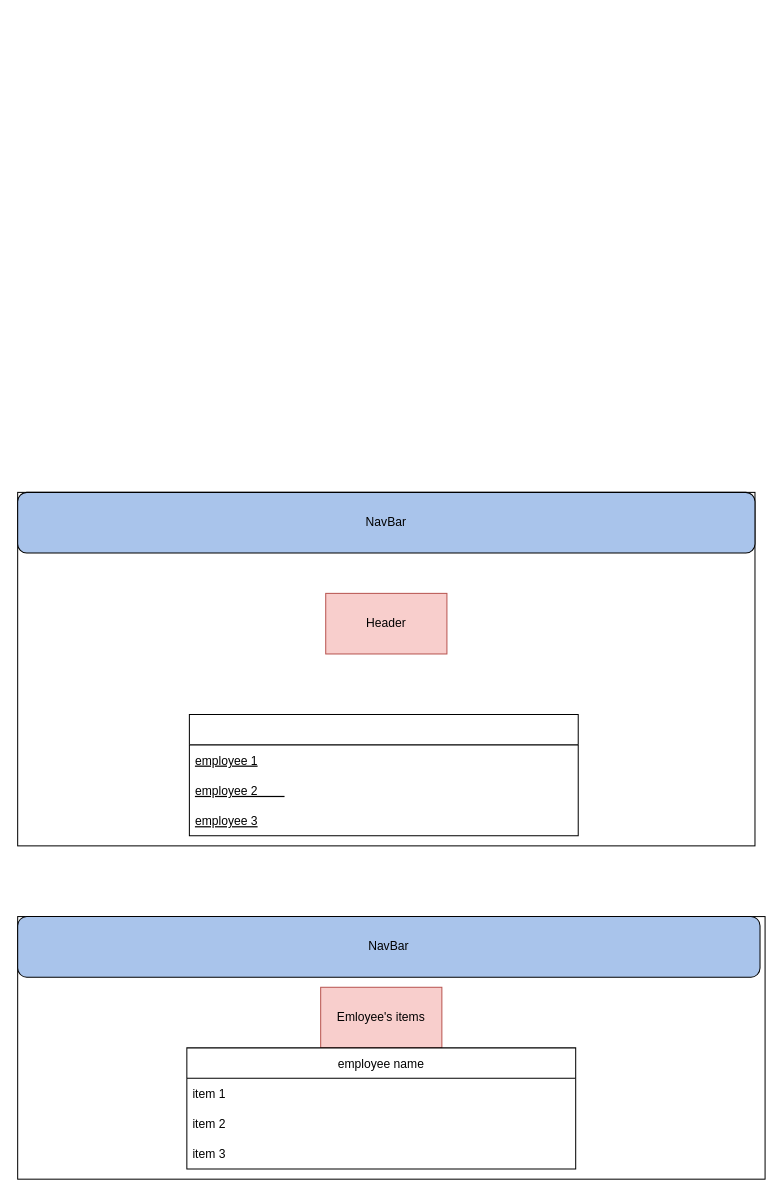
Earlier version of the draw.io diagram Untitled Diagram.drawio (maor-ovadia-swi/Office-App). Source tidied: cells renumbered, new cells numbered last; positions are measured from the earlier drawing's top-left corner, leaving out a move shared by most shapes. Both pictures are drawn from the tidied source at 101%, with x=0, y=0 at pixel (17, 492).
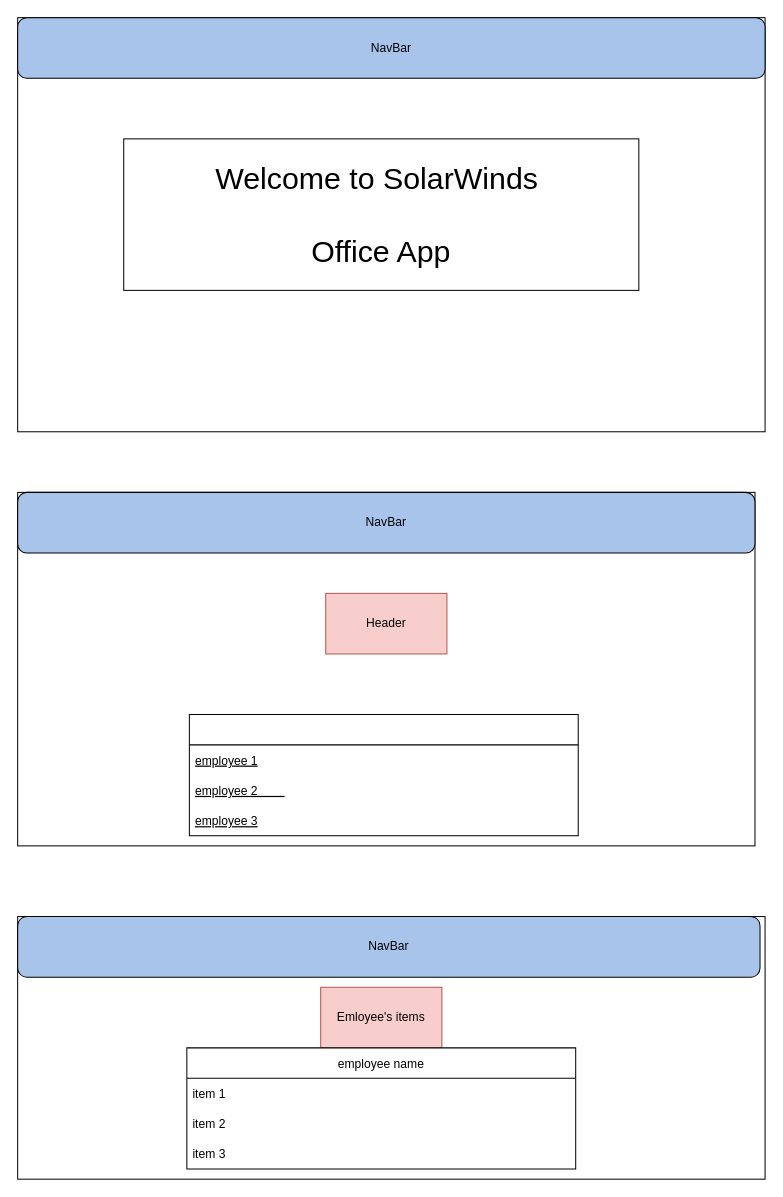
The same diagram, later.

The edit, as a diff of the source:
```diff
@@
 <mxGraphModel>
   <root>
     <mxCell id="0" />
     <mxCell id="1" parent="0" />
     <mxCell id="2" style="rounded=0;whiteSpace=wrap;html=1;" parent="1" vertex="1">
       <mxGeometry width="730" height="350" as="geometry" />
     </mxCell>
     <mxCell id="3" value="NavBar" style="rounded=1;whiteSpace=wrap;html=1;fillColor=#A9C4EB;" parent="1" vertex="1">
       <mxGeometry width="730" height="60" as="geometry" />
     </mxCell>
     <mxCell id="4" value="Header" style="rounded=0;whiteSpace=wrap;html=1;fillColor=#f8cecc;strokeColor=#b85450;" parent="1" vertex="1">
       <mxGeometry x="305" y="100" width="120" height="60" as="geometry" />
     </mxCell>
     <mxCell id="5" style="swimlane;fontStyle=0;horizontal=1;startSize=30;" parent="1" vertex="1">
       <mxGeometry x="170" y="220" width="385" height="120" as="geometry" />
     </mxCell>
     <mxCell id="6" value="employee 1" style="text;strokeColor=none;fillColor=none;align=left;verticalAlign=middle;spacingLeft=4;spacingRight=4;overflow=hidden;fontStyle=4;" parent="5" vertex="1">
       <mxGeometry y="30" width="385" height="30" as="geometry" />
     </mxCell>
     <mxCell id="7" value="employee 2        " style="text;strokeColor=none;fillColor=none;align=left;verticalAlign=middle;spacingLeft=4;spacingRight=4;overflow=hidden;fontStyle=4;" parent="5" vertex="1">
       <mxGeometry y="60" width="385" height="30" as="geometry" />
     </mxCell>
     <mxCell id="8" value="employee 3" style="text;strokeColor=none;fillColor=none;align=left;verticalAlign=middle;spacingLeft=4;spacingRight=4;overflow=hidden;fontStyle=4;" parent="5" vertex="1">
       <mxGeometry y="90" width="385" height="30" as="geometry" />
     </mxCell>
     <mxCell id="9" style="rounded=0;whiteSpace=wrap;html=1;" parent="1" vertex="1">
       <mxGeometry y="420" width="740" height="260" as="geometry" />
     </mxCell>
     <mxCell id="10" value="NavBar" style="rounded=1;whiteSpace=wrap;html=1;fillColor=#A9C4EB;" parent="1" vertex="1">
       <mxGeometry y="420" width="735" height="60" as="geometry" />
     </mxCell>
     <mxCell id="11" value="Emloyee's items" style="rounded=0;whiteSpace=wrap;html=1;fillColor=#f8cecc;strokeColor=#b85450;" parent="1" vertex="1">
       <mxGeometry x="300" y="490" width="120" height="60" as="geometry" />
     </mxCell>
     <mxCell id="12" value="employee name" style="swimlane;fontStyle=0;horizontal=1;startSize=30;" parent="1" vertex="1">
       <mxGeometry x="167.5" y="550" width="385" height="120" as="geometry" />
     </mxCell>
     <mxCell id="13" value="item 1" style="text;strokeColor=none;fillColor=none;align=left;verticalAlign=middle;spacingLeft=4;spacingRight=4;overflow=hidden;fontStyle=0;" parent="12" vertex="1">
       <mxGeometry y="30" width="385" height="30" as="geometry" />
     </mxCell>
     <mxCell id="14" value="item 2" style="text;strokeColor=none;fillColor=none;align=left;verticalAlign=middle;spacingLeft=4;spacingRight=4;overflow=hidden;fontStyle=0;" parent="12" vertex="1">
       <mxGeometry y="60" width="385" height="30" as="geometry" />
     </mxCell>
     <mxCell id="15" value="item 3" style="text;strokeColor=none;fillColor=none;align=left;verticalAlign=middle;spacingLeft=4;spacingRight=4;overflow=hidden;fontStyle=0;" parent="12" vertex="1">
       <mxGeometry y="90" width="385" height="30" as="geometry" />
     </mxCell>
+    <mxCell id="16" style="rounded=0;whiteSpace=wrap;html=1;" parent="1" vertex="1">
+      <mxGeometry y="-470" width="740" height="410" as="geometry" />
+    </mxCell>
+    <mxCell id="17" value="NavBar" style="rounded=1;whiteSpace=wrap;html=1;fillColor=#A9C4EB;" parent="1" vertex="1">
+      <mxGeometry y="-470" width="740" height="60" as="geometry" />
+    </mxCell>
+    <mxCell id="18" value="&lt;font style=&quot;font-size: 30px&quot;&gt;Welcome to SolarWinds&amp;nbsp;&lt;br&gt;&lt;br&gt;Office App&lt;/font&gt;" style="rounded=0;whiteSpace=wrap;html=1;" parent="1" vertex="1">
+      <mxGeometry x="105" y="-350" width="510" height="150" as="geometry" />
+    </mxCell>
   </root>
 </mxGraphModel>
```
